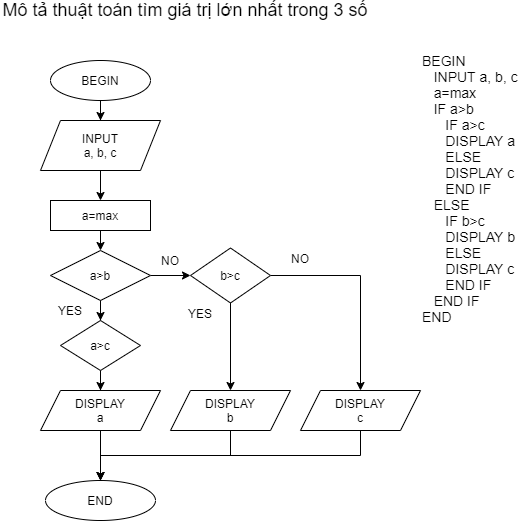
thanhnhan3286/C0123G1---Th-nh-Nh-n keeps this draw.io diagram as ss3_ma_gia_luu_do/Mô tả thuật toán tìm giá trị lớn nhất trong 3 số.png. Above is the earlier version. Source tidied: cells renumbered, new cells last; positions are measured from the earlier drawing's top-left corner, leaving out a move shared by most shapes.
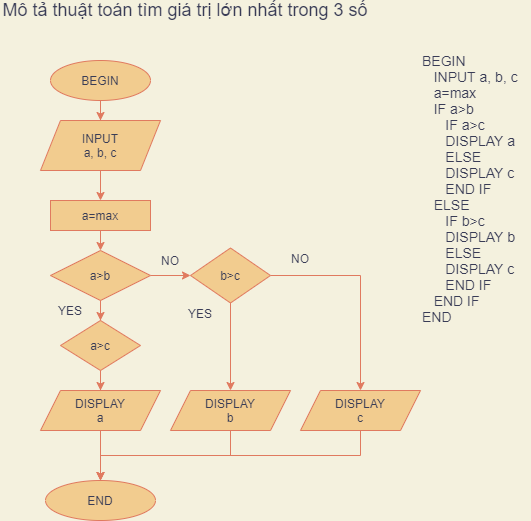
After the change.

Diff of the diagram source:
```diff
@@ -1,90 +1,90 @@
-<mxGraphModel>
+<mxGraphModel background="#F4F1DE">
   <root>
     <mxCell id="0" />
     <mxCell id="1" parent="0" />
-    <mxCell id="2" value="&lt;span style=&quot;font-size: 18px&quot;&gt;Mô tả thuật toán tìm giá trị lớn nhất trong 3 số&lt;/span&gt;" style="text;html=1;strokeColor=none;fillColor=none;align=center;verticalAlign=middle;whiteSpace=wrap;rounded=0;" parent="1" vertex="1">
+    <mxCell id="2" value="&lt;span style=&quot;font-size: 18px&quot;&gt;Mô tả thuật toán tìm giá trị lớn nhất trong 3 số&lt;/span&gt;" style="text;html=1;strokeColor=none;fillColor=none;align=center;verticalAlign=middle;whiteSpace=wrap;rounded=0;fontColor=#393C56;" parent="1" vertex="1">
       <mxGeometry width="370" height="20" as="geometry" />
     </mxCell>
-    <mxCell id="3" style="edgeStyle=orthogonalEdgeStyle;rounded=0;jettySize=auto;html=1;" parent="1" edge="1" source="4" target="6">
+    <mxCell id="3" style="edgeStyle=orthogonalEdgeStyle;rounded=0;jettySize=auto;html=1;labelBackgroundColor=#F4F1DE;strokeColor=#E07A5F;fontColor=#393C56;" parent="1" edge="1" source="4" target="6">
       <mxGeometry relative="1" as="geometry" />
     </mxCell>
-    <mxCell id="4" value="BEGIN" style="ellipse;whiteSpace=wrap;html=1;" parent="1" vertex="1">
+    <mxCell id="4" value="BEGIN" style="ellipse;whiteSpace=wrap;html=1;fillColor=#F2CC8F;strokeColor=#E07A5F;fontColor=#393C56;" parent="1" vertex="1">
       <mxGeometry x="50" y="60" width="100" height="40" as="geometry" />
     </mxCell>
-    <mxCell id="5" style="edgeStyle=orthogonalEdgeStyle;rounded=0;jettySize=auto;html=1;" parent="1" edge="1" source="6">
+    <mxCell id="5" style="edgeStyle=orthogonalEdgeStyle;rounded=0;jettySize=auto;html=1;labelBackgroundColor=#F4F1DE;strokeColor=#E07A5F;fontColor=#393C56;" parent="1" edge="1" source="6">
       <mxGeometry relative="1" as="geometry">
         <mxPoint x="100" y="200" as="targetPoint" />
       </mxGeometry>
     </mxCell>
-    <mxCell id="6" value="INPUT&lt;br&gt;a, b, c" style="shape=parallelogram;perimeter=parallelogramPerimeter;whiteSpace=wrap;html=1;fixedSize=1;" parent="1" vertex="1">
+    <mxCell id="6" value="INPUT&lt;br&gt;a, b, c" style="shape=parallelogram;perimeter=parallelogramPerimeter;whiteSpace=wrap;html=1;fixedSize=1;fillColor=#F2CC8F;strokeColor=#E07A5F;fontColor=#393C56;" parent="1" vertex="1">
       <mxGeometry x="40" y="120" width="120" height="50" as="geometry" />
     </mxCell>
-    <mxCell id="7" value="&lt;div&gt;&lt;div&gt;&lt;span style=&quot;font-size: 14px&quot;&gt;BEGIN&lt;/span&gt;&lt;/div&gt;&lt;div&gt;&lt;span style=&quot;font-size: 14px&quot;&gt;&amp;nbsp; &amp;nbsp;INPUT a, b, c&lt;/span&gt;&lt;/div&gt;&lt;div&gt;&lt;span style=&quot;font-size: 14px&quot;&gt;&amp;nbsp; &amp;nbsp;a=max&lt;/span&gt;&lt;/div&gt;&lt;div&gt;&lt;span style=&quot;font-size: 14px&quot;&gt;&amp;nbsp; &amp;nbsp;IF a&amp;gt;b&lt;/span&gt;&lt;/div&gt;&lt;div&gt;&lt;span style=&quot;font-size: 14px&quot;&gt;&amp;nbsp; &amp;nbsp; &amp;nbsp; IF a&amp;gt;c&lt;/span&gt;&lt;/div&gt;&lt;div&gt;&lt;span style=&quot;font-size: 14px&quot;&gt;&amp;nbsp; &amp;nbsp; &amp;nbsp; DISPLAY a&lt;/span&gt;&lt;/div&gt;&lt;div&gt;&lt;span style=&quot;font-size: 14px&quot;&gt;&amp;nbsp; &amp;nbsp; &amp;nbsp; ELSE&lt;/span&gt;&lt;/div&gt;&lt;div&gt;&lt;span style=&quot;font-size: 14px&quot;&gt;&amp;nbsp; &amp;nbsp; &amp;nbsp; DISPLAY c&lt;/span&gt;&lt;/div&gt;&lt;div&gt;&lt;span style=&quot;font-size: 14px&quot;&gt;&amp;nbsp; &amp;nbsp; &amp;nbsp; END IF&lt;/span&gt;&lt;/div&gt;&lt;div&gt;&lt;span style=&quot;font-size: 14px&quot;&gt;&amp;nbsp; &amp;nbsp;ELSE&lt;/span&gt;&lt;/div&gt;&lt;div&gt;&lt;span style=&quot;font-size: 14px&quot;&gt;&amp;nbsp; &amp;nbsp; &amp;nbsp; IF b&amp;gt;c&lt;/span&gt;&lt;/div&gt;&lt;div&gt;&lt;span style=&quot;font-size: 14px&quot;&gt;&amp;nbsp; &amp;nbsp; &amp;nbsp; DISPLAY b&lt;/span&gt;&lt;/div&gt;&lt;div&gt;&lt;span style=&quot;font-size: 14px&quot;&gt;&amp;nbsp; &amp;nbsp; &amp;nbsp; ELSE&lt;/span&gt;&lt;/div&gt;&lt;div&gt;&lt;span style=&quot;font-size: 14px&quot;&gt;&amp;nbsp; &amp;nbsp; &amp;nbsp; DISPLAY c&lt;/span&gt;&lt;/div&gt;&lt;div&gt;&lt;span style=&quot;font-size: 14px&quot;&gt;&amp;nbsp; &amp;nbsp; &amp;nbsp; END IF&lt;/span&gt;&lt;/div&gt;&lt;div&gt;&lt;span style=&quot;font-size: 14px&quot;&gt;&amp;nbsp; &amp;nbsp;END IF&lt;span&gt;&#9;&lt;/span&gt;&lt;/span&gt;&lt;/div&gt;&lt;div&gt;&lt;span style=&quot;font-size: 14px&quot;&gt;END&lt;/span&gt;&lt;/div&gt;&lt;/div&gt;&lt;div&gt;&lt;br&gt;&lt;/div&gt;" style="text;html=1;align=left;verticalAlign=middle;" parent="1" vertex="1">
+    <mxCell id="7" value="&lt;div&gt;&lt;div&gt;&lt;span style=&quot;font-size: 14px&quot;&gt;BEGIN&lt;/span&gt;&lt;/div&gt;&lt;div&gt;&lt;span style=&quot;font-size: 14px&quot;&gt;&amp;nbsp; &amp;nbsp;INPUT a, b, c&lt;/span&gt;&lt;/div&gt;&lt;div&gt;&lt;span style=&quot;font-size: 14px&quot;&gt;&amp;nbsp; &amp;nbsp;a=max&lt;/span&gt;&lt;/div&gt;&lt;div&gt;&lt;span style=&quot;font-size: 14px&quot;&gt;&amp;nbsp; &amp;nbsp;IF a&amp;gt;b&lt;/span&gt;&lt;/div&gt;&lt;div&gt;&lt;span style=&quot;font-size: 14px&quot;&gt;&amp;nbsp; &amp;nbsp; &amp;nbsp; IF a&amp;gt;c&lt;/span&gt;&lt;/div&gt;&lt;div&gt;&lt;span style=&quot;font-size: 14px&quot;&gt;&amp;nbsp; &amp;nbsp; &amp;nbsp; DISPLAY a&lt;/span&gt;&lt;/div&gt;&lt;div&gt;&lt;span style=&quot;font-size: 14px&quot;&gt;&amp;nbsp; &amp;nbsp; &amp;nbsp; ELSE&lt;/span&gt;&lt;/div&gt;&lt;div&gt;&lt;span style=&quot;font-size: 14px&quot;&gt;&amp;nbsp; &amp;nbsp; &amp;nbsp; DISPLAY c&lt;/span&gt;&lt;/div&gt;&lt;div&gt;&lt;span style=&quot;font-size: 14px&quot;&gt;&amp;nbsp; &amp;nbsp; &amp;nbsp; END IF&lt;/span&gt;&lt;/div&gt;&lt;div&gt;&lt;span style=&quot;font-size: 14px&quot;&gt;&amp;nbsp; &amp;nbsp;ELSE&lt;/span&gt;&lt;/div&gt;&lt;div&gt;&lt;span style=&quot;font-size: 14px&quot;&gt;&amp;nbsp; &amp;nbsp; &amp;nbsp; IF b&amp;gt;c&lt;/span&gt;&lt;/div&gt;&lt;div&gt;&lt;span style=&quot;font-size: 14px&quot;&gt;&amp;nbsp; &amp;nbsp; &amp;nbsp; DISPLAY b&lt;/span&gt;&lt;/div&gt;&lt;div&gt;&lt;span style=&quot;font-size: 14px&quot;&gt;&amp;nbsp; &amp;nbsp; &amp;nbsp; ELSE&lt;/span&gt;&lt;/div&gt;&lt;div&gt;&lt;span style=&quot;font-size: 14px&quot;&gt;&amp;nbsp; &amp;nbsp; &amp;nbsp; DISPLAY c&lt;/span&gt;&lt;/div&gt;&lt;div&gt;&lt;span style=&quot;font-size: 14px&quot;&gt;&amp;nbsp; &amp;nbsp; &amp;nbsp; END IF&lt;/span&gt;&lt;/div&gt;&lt;div&gt;&lt;span style=&quot;font-size: 14px&quot;&gt;&amp;nbsp; &amp;nbsp;END IF&lt;span&gt;&#9;&lt;/span&gt;&lt;/span&gt;&lt;/div&gt;&lt;div&gt;&lt;span style=&quot;font-size: 14px&quot;&gt;END&lt;/span&gt;&lt;/div&gt;&lt;/div&gt;&lt;div&gt;&lt;br&gt;&lt;/div&gt;" style="text;html=1;align=left;verticalAlign=middle;fontColor=#393C56;" parent="1" vertex="1">
       <mxGeometry x="420" y="70" width="110" height="250" as="geometry" />
     </mxCell>
-    <mxCell id="8" style="edgeStyle=orthogonalEdgeStyle;rounded=0;jettySize=auto;html=1;exitX=1;exitY=0.5;exitDx=0;exitDy=0;" parent="1" edge="1" source="10" target="21">
+    <mxCell id="8" style="edgeStyle=orthogonalEdgeStyle;rounded=0;jettySize=auto;html=1;exitX=1;exitY=0.5;exitDx=0;exitDy=0;labelBackgroundColor=#F4F1DE;strokeColor=#E07A5F;fontColor=#393C56;" parent="1" edge="1" source="10" target="21">
       <mxGeometry relative="1" as="geometry" />
     </mxCell>
-    <mxCell id="9" style="edgeStyle=orthogonalEdgeStyle;rounded=0;jettySize=auto;html=1;exitX=0.5;exitY=1;exitDx=0;exitDy=0;" parent="1" edge="1" source="10" target="16">
+    <mxCell id="9" style="edgeStyle=orthogonalEdgeStyle;rounded=0;jettySize=auto;html=1;exitX=0.5;exitY=1;exitDx=0;exitDy=0;labelBackgroundColor=#F4F1DE;strokeColor=#E07A5F;fontColor=#393C56;" parent="1" edge="1" source="10" target="16">
       <mxGeometry relative="1" as="geometry" />
     </mxCell>
-    <mxCell id="10" value="a&amp;gt;b" style="rhombus;whiteSpace=wrap;html=1;" parent="1" vertex="1">
+    <mxCell id="10" value="a&amp;gt;b" style="rhombus;whiteSpace=wrap;html=1;fillColor=#F2CC8F;strokeColor=#E07A5F;fontColor=#393C56;" parent="1" vertex="1">
       <mxGeometry x="50" y="250" width="100" height="50" as="geometry" />
     </mxCell>
-    <mxCell id="11" style="edgeStyle=orthogonalEdgeStyle;rounded=0;jettySize=auto;html=1;exitX=0.5;exitY=1;exitDx=0;exitDy=0;entryX=0.5;entryY=0;entryDx=0;entryDy=0;" parent="1" edge="1" source="12" target="10">
+    <mxCell id="11" style="edgeStyle=orthogonalEdgeStyle;rounded=0;jettySize=auto;html=1;exitX=0.5;exitY=1;exitDx=0;exitDy=0;entryX=0.5;entryY=0;entryDx=0;entryDy=0;labelBackgroundColor=#F4F1DE;strokeColor=#E07A5F;fontColor=#393C56;" parent="1" edge="1" source="12" target="10">
       <mxGeometry relative="1" as="geometry" />
     </mxCell>
-    <mxCell id="12" value="a=max" style="rounded=0;whiteSpace=wrap;html=1;" parent="1" vertex="1">
+    <mxCell id="12" value="a=max" style="rounded=0;whiteSpace=wrap;html=1;fillColor=#F2CC8F;strokeColor=#E07A5F;fontColor=#393C56;" parent="1" vertex="1">
       <mxGeometry x="50" y="200" width="100" height="30" as="geometry" />
     </mxCell>
-    <mxCell id="13" value="YES" style="text;html=1;strokeColor=none;fillColor=none;align=center;verticalAlign=middle;whiteSpace=wrap;rounded=0;" parent="1" vertex="1">
+    <mxCell id="13" value="YES" style="text;html=1;strokeColor=none;fillColor=none;align=center;verticalAlign=middle;whiteSpace=wrap;rounded=0;fontColor=#393C56;" parent="1" vertex="1">
       <mxGeometry x="50" y="300" width="40" height="20" as="geometry" />
     </mxCell>
-    <mxCell id="14" value="NO" style="text;html=1;strokeColor=none;fillColor=none;align=center;verticalAlign=middle;whiteSpace=wrap;rounded=0;" parent="1" vertex="1">
+    <mxCell id="14" value="NO" style="text;html=1;strokeColor=none;fillColor=none;align=center;verticalAlign=middle;whiteSpace=wrap;rounded=0;fontColor=#393C56;" parent="1" vertex="1">
       <mxGeometry x="150" y="250" width="40" height="20" as="geometry" />
     </mxCell>
-    <mxCell id="15" style="edgeStyle=orthogonalEdgeStyle;rounded=0;jettySize=auto;html=1;exitX=0.5;exitY=1;exitDx=0;exitDy=0;" parent="1" edge="1" source="16" target="18">
+    <mxCell id="15" style="edgeStyle=orthogonalEdgeStyle;rounded=0;jettySize=auto;html=1;exitX=0.5;exitY=1;exitDx=0;exitDy=0;labelBackgroundColor=#F4F1DE;strokeColor=#E07A5F;fontColor=#393C56;" parent="1" edge="1" source="16" target="18">
       <mxGeometry relative="1" as="geometry" />
     </mxCell>
-    <mxCell id="16" value="a&amp;gt;c" style="rhombus;whiteSpace=wrap;html=1;" parent="1" vertex="1">
+    <mxCell id="16" value="a&amp;gt;c" style="rhombus;whiteSpace=wrap;html=1;fillColor=#F2CC8F;strokeColor=#E07A5F;fontColor=#393C56;" parent="1" vertex="1">
       <mxGeometry x="60" y="320" width="80" height="50" as="geometry" />
     </mxCell>
-    <mxCell id="17" style="edgeStyle=orthogonalEdgeStyle;rounded=0;jettySize=auto;html=1;exitX=0.5;exitY=1;exitDx=0;exitDy=0;" parent="1" edge="1" source="18" target="27">
+    <mxCell id="17" style="edgeStyle=orthogonalEdgeStyle;rounded=0;jettySize=auto;html=1;exitX=0.5;exitY=1;exitDx=0;exitDy=0;labelBackgroundColor=#F4F1DE;strokeColor=#E07A5F;fontColor=#393C56;" parent="1" edge="1" source="18" target="27">
       <mxGeometry relative="1" as="geometry" />
     </mxCell>
-    <mxCell id="18" value="DISPLAY&lt;br&gt;a" style="shape=parallelogram;perimeter=parallelogramPerimeter;whiteSpace=wrap;html=1;fixedSize=1;" parent="1" vertex="1">
+    <mxCell id="18" value="DISPLAY&lt;br&gt;a" style="shape=parallelogram;perimeter=parallelogramPerimeter;whiteSpace=wrap;html=1;fixedSize=1;fillColor=#F2CC8F;strokeColor=#E07A5F;fontColor=#393C56;" parent="1" vertex="1">
       <mxGeometry x="40" y="390" width="120" height="40" as="geometry" />
     </mxCell>
-    <mxCell id="19" style="edgeStyle=orthogonalEdgeStyle;rounded=0;jettySize=auto;html=1;exitX=0.5;exitY=1;exitDx=0;exitDy=0;entryX=0.5;entryY=0;entryDx=0;entryDy=0;" parent="1" edge="1" source="21" target="24">
+    <mxCell id="19" style="edgeStyle=orthogonalEdgeStyle;rounded=0;jettySize=auto;html=1;exitX=0.5;exitY=1;exitDx=0;exitDy=0;entryX=0.5;entryY=0;entryDx=0;entryDy=0;labelBackgroundColor=#F4F1DE;strokeColor=#E07A5F;fontColor=#393C56;" parent="1" edge="1" source="21" target="24">
       <mxGeometry relative="1" as="geometry" />
     </mxCell>
-    <mxCell id="20" style="edgeStyle=orthogonalEdgeStyle;rounded=0;jettySize=auto;html=1;exitX=1;exitY=0.5;exitDx=0;exitDy=0;entryX=0.5;entryY=0;entryDx=0;entryDy=0;" parent="1" edge="1" source="21" target="26">
+    <mxCell id="20" style="edgeStyle=orthogonalEdgeStyle;rounded=0;jettySize=auto;html=1;exitX=1;exitY=0.5;exitDx=0;exitDy=0;entryX=0.5;entryY=0;entryDx=0;entryDy=0;labelBackgroundColor=#F4F1DE;strokeColor=#E07A5F;fontColor=#393C56;" parent="1" edge="1" source="21" target="26">
       <mxGeometry relative="1" as="geometry" />
     </mxCell>
-    <mxCell id="21" value="b&amp;gt;c" style="rhombus;whiteSpace=wrap;html=1;" parent="1" vertex="1">
+    <mxCell id="21" value="b&amp;gt;c" style="rhombus;whiteSpace=wrap;html=1;fillColor=#F2CC8F;strokeColor=#E07A5F;fontColor=#393C56;" parent="1" vertex="1">
       <mxGeometry x="190" y="247.5" width="80" height="55" as="geometry" />
     </mxCell>
-    <mxCell id="22" value="YES" style="text;html=1;strokeColor=none;fillColor=none;align=center;verticalAlign=middle;whiteSpace=wrap;rounded=0;" parent="1" vertex="1">
+    <mxCell id="22" value="YES" style="text;html=1;strokeColor=none;fillColor=none;align=center;verticalAlign=middle;whiteSpace=wrap;rounded=0;fontColor=#393C56;" parent="1" vertex="1">
       <mxGeometry x="180" y="302.5" width="40" height="20" as="geometry" />
     </mxCell>
-    <mxCell id="23" style="edgeStyle=orthogonalEdgeStyle;rounded=0;jettySize=auto;html=1;exitX=0.5;exitY=1;exitDx=0;exitDy=0;entryX=0.5;entryY=0;entryDx=0;entryDy=0;" parent="1" edge="1" source="24" target="27">
+    <mxCell id="23" style="edgeStyle=orthogonalEdgeStyle;rounded=0;jettySize=auto;html=1;exitX=0.5;exitY=1;exitDx=0;exitDy=0;entryX=0.5;entryY=0;entryDx=0;entryDy=0;labelBackgroundColor=#F4F1DE;strokeColor=#E07A5F;fontColor=#393C56;" parent="1" edge="1" source="24" target="27">
       <mxGeometry relative="1" as="geometry" />
     </mxCell>
-    <mxCell id="24" value="DISPLAY&lt;br&gt;b" style="shape=parallelogram;perimeter=parallelogramPerimeter;whiteSpace=wrap;html=1;fixedSize=1;" parent="1" vertex="1">
+    <mxCell id="24" value="DISPLAY&lt;br&gt;b" style="shape=parallelogram;perimeter=parallelogramPerimeter;whiteSpace=wrap;html=1;fixedSize=1;fillColor=#F2CC8F;strokeColor=#E07A5F;fontColor=#393C56;" parent="1" vertex="1">
       <mxGeometry x="170" y="390" width="120" height="40" as="geometry" />
     </mxCell>
-    <mxCell id="25" style="edgeStyle=orthogonalEdgeStyle;rounded=0;jettySize=auto;html=1;exitX=0.5;exitY=1;exitDx=0;exitDy=0;" parent="1" edge="1" source="26">
+    <mxCell id="25" style="edgeStyle=orthogonalEdgeStyle;rounded=0;jettySize=auto;html=1;exitX=0.5;exitY=1;exitDx=0;exitDy=0;labelBackgroundColor=#F4F1DE;strokeColor=#E07A5F;fontColor=#393C56;" parent="1" edge="1" source="26">
       <mxGeometry relative="1" as="geometry">
         <mxPoint x="100" y="480" as="targetPoint" />
       </mxGeometry>
     </mxCell>
-    <mxCell id="26" value="DISPLAY&lt;br&gt;c" style="shape=parallelogram;perimeter=parallelogramPerimeter;whiteSpace=wrap;html=1;fixedSize=1;" parent="1" vertex="1">
+    <mxCell id="26" value="DISPLAY&lt;br&gt;c" style="shape=parallelogram;perimeter=parallelogramPerimeter;whiteSpace=wrap;html=1;fixedSize=1;fillColor=#F2CC8F;strokeColor=#E07A5F;fontColor=#393C56;" parent="1" vertex="1">
       <mxGeometry x="300" y="390" width="120" height="40" as="geometry" />
     </mxCell>
-    <mxCell id="27" value="END" style="ellipse;whiteSpace=wrap;html=1;" parent="1" vertex="1">
+    <mxCell id="27" value="END" style="ellipse;whiteSpace=wrap;html=1;fillColor=#F2CC8F;strokeColor=#E07A5F;fontColor=#393C56;" parent="1" vertex="1">
       <mxGeometry x="45" y="480" width="110" height="40" as="geometry" />
     </mxCell>
-    <mxCell id="28" value="NO" style="text;html=1;strokeColor=none;fillColor=none;align=center;verticalAlign=middle;whiteSpace=wrap;rounded=0;" parent="1" vertex="1">
+    <mxCell id="28" value="NO" style="text;html=1;strokeColor=none;fillColor=none;align=center;verticalAlign=middle;whiteSpace=wrap;rounded=0;fontColor=#393C56;" parent="1" vertex="1">
       <mxGeometry x="280" y="247.5" width="40" height="20" as="geometry" />
     </mxCell>
   </root>
```
